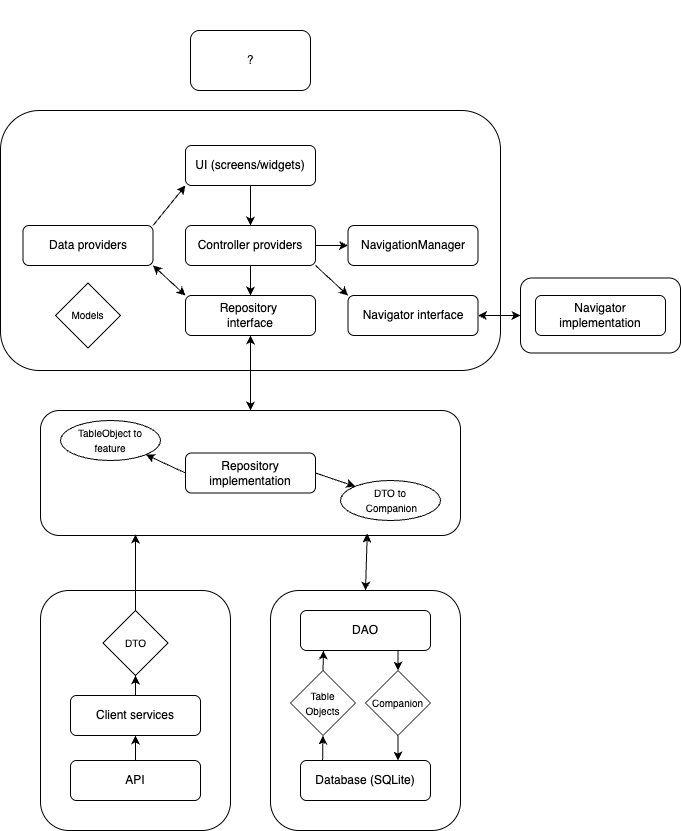
This is src/public/architecture.png from wisemen-digital/flutter-playbook, a draw.io export, as it was before one commit. Source tidied: cells renumbered, new cells last; positions are measured from the earlier drawing's top-left corner, leaving out a move shared by most shapes.
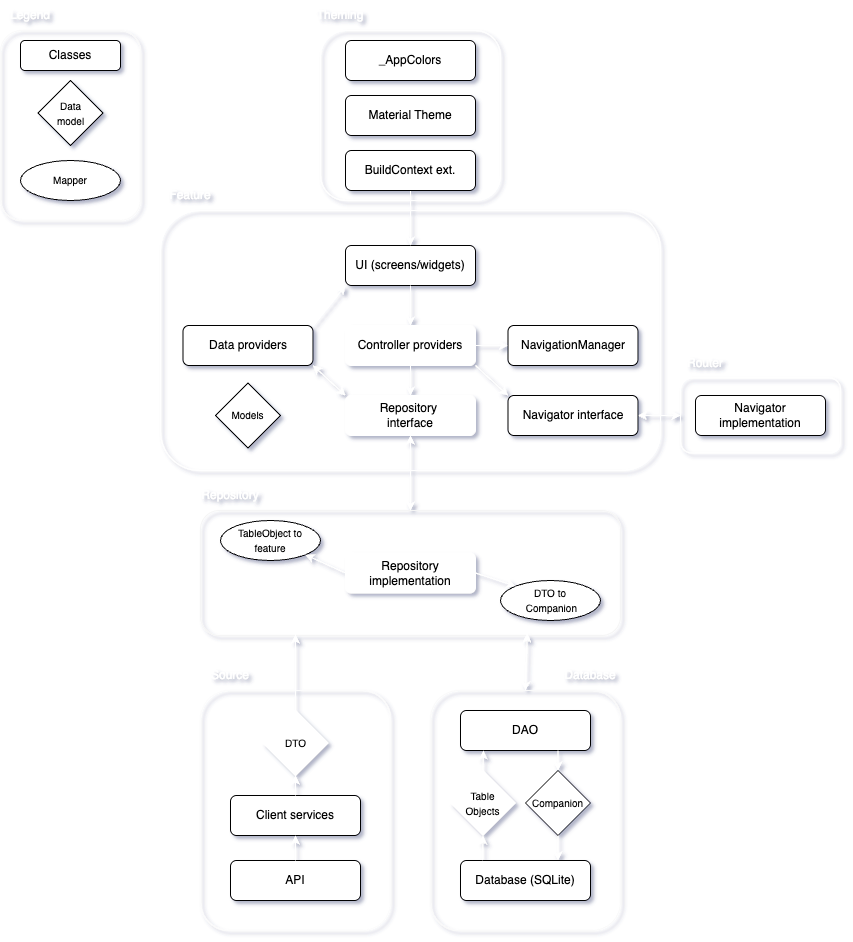
After the commit.

Change to the diagram source:
```diff
@@ -1,17 +1,20 @@
-<mxGraphModel>
+<mxGraphModel shadow="1">
   <root>
     <mxCell id="0" />
     <mxCell id="1" parent="0" />
+    <mxCell id="50" style="rounded=1;whiteSpace=wrap;html=1;fillColor=none;strokeColor=#FAFAFA;" parent="1" vertex="1">
+      <mxGeometry x="-160" y="-70" width="140" height="190" as="geometry" />
+    </mxCell>
-    <mxCell id="2" style="rounded=1;whiteSpace=wrap;html=1;" parent="1" vertex="1">
+    <mxCell id="2" style="rounded=1;whiteSpace=wrap;html=1;fillColor=none;strokeColor=#FFFFFF;" parent="1" vertex="1">
       <mxGeometry y="110" width="500" height="260" as="geometry" />
     </mxCell>
-    <mxCell id="3" style="rounded=1;whiteSpace=wrap;html=1;" parent="1" vertex="1">
+    <mxCell id="3" style="rounded=1;whiteSpace=wrap;html=1;fillColor=none;strokeColor=#FCFCFC;" parent="1" vertex="1">
       <mxGeometry x="40" y="590" width="190" height="240" as="geometry" />
     </mxCell>
     <mxCell id="4" value="API" style="rounded=1;whiteSpace=wrap;html=1;fontSize=12;glass=0;strokeWidth=1;shadow=0;" parent="1" vertex="1">
       <mxGeometry x="70" y="760" width="130" height="40" as="geometry" />
     </mxCell>
-    <mxCell id="5" value="&lt;font style=&quot;font-size: 10px;&quot;&gt;DTO&lt;/font&gt;" style="rhombus;whiteSpace=wrap;html=1;" parent="1" vertex="1">
+    <mxCell id="5" value="&lt;font style=&quot;font-size: 10px;&quot;&gt;DTO&lt;/font&gt;" style="rhombus;whiteSpace=wrap;html=1;strokeColor=#FFFFFF;" parent="1" vertex="1">
       <mxGeometry x="102.5" y="610" width="65" height="65" as="geometry" />
     </mxCell>
     <mxCell id="6" value="Source" style="text;html=1;align=center;verticalAlign=middle;whiteSpace=wrap;rounded=0;fontColor=#FFFFFF;" parent="1" vertex="1">
@@ -20,16 +23,16 @@
     <mxCell id="7" value="Client services" style="rounded=1;whiteSpace=wrap;html=1;fontSize=12;glass=0;strokeWidth=1;shadow=0;" parent="1" vertex="1">
       <mxGeometry x="70" y="695" width="130" height="40" as="geometry" />
     </mxCell>
-    <mxCell id="8" style="endArrow=classic;html=1;rounded=0;entryX=0.5;entryY=1;entryDx=0;entryDy=0;exitX=0.5;exitY=0;exitDx=0;exitDy=0;" parent="1" edge="1" source="4" target="7">
+    <mxCell id="8" style="endArrow=classic;html=1;rounded=0;entryX=0.5;entryY=1;entryDx=0;entryDy=0;exitX=0.5;exitY=0;exitDx=0;exitDy=0;strokeColor=#FFFFFF;" parent="1" edge="1" source="4" target="7">
       <mxGeometry relative="1" as="geometry" />
     </mxCell>
-    <mxCell id="9" style="rounded=1;whiteSpace=wrap;html=1;" parent="1" vertex="1">
+    <mxCell id="9" style="rounded=1;whiteSpace=wrap;html=1;fillColor=none;strokeColor=#FAFAFA;" parent="1" vertex="1">
       <mxGeometry x="270" y="590" width="190" height="240" as="geometry" />
     </mxCell>
     <mxCell id="10" value="Database (SQLite)" style="rounded=1;whiteSpace=wrap;html=1;fontSize=12;glass=0;strokeWidth=1;shadow=0;" parent="1" vertex="1">
       <mxGeometry x="300" y="760" width="130" height="40" as="geometry" />
     </mxCell>
-    <mxCell id="11" style="endArrow=classic;html=1;rounded=0;entryX=0.5;entryY=1;entryDx=0;entryDy=0;exitX=0.5;exitY=0;exitDx=0;exitDy=0;" parent="1" edge="1" source="7" target="5">
+    <mxCell id="11" style="endArrow=classic;html=1;rounded=0;entryX=0.5;entryY=1;entryDx=0;entryDy=0;exitX=0.5;exitY=0;exitDx=0;exitDy=0;strokeColor=#FFFFFF;" parent="1" edge="1" source="7" target="5">
       <mxGeometry relative="1" as="geometry" />
     </mxCell>
     <mxCell id="12" value="Database" style="text;html=1;align=center;verticalAlign=middle;whiteSpace=wrap;rounded=0;fontColor=#FFFFFF;" parent="1" vertex="1">
@@ -38,62 +41,62 @@
     <mxCell id="13" value="DAO" style="rounded=1;whiteSpace=wrap;html=1;fontSize=12;glass=0;strokeWidth=1;shadow=0;" parent="1" vertex="1">
       <mxGeometry x="300" y="610" width="130" height="40" as="geometry" />
     </mxCell>
-    <mxCell id="14" value="&lt;font style=&quot;font-size: 10px;&quot;&gt;Table&lt;br&gt;Objects&lt;/font&gt;" style="rhombus;whiteSpace=wrap;html=1;" parent="1" vertex="1">
+    <mxCell id="14" value="&lt;font style=&quot;font-size: 10px;&quot;&gt;Table&lt;br&gt;Objects&lt;/font&gt;" style="rhombus;whiteSpace=wrap;html=1;strokeColor=#FFFFFF;" parent="1" vertex="1">
       <mxGeometry x="290" y="670" width="65" height="65" as="geometry" />
     </mxCell>
     <mxCell id="15" value="&lt;span style=&quot;font-size: 10px;&quot;&gt;Companion&lt;/span&gt;" style="rhombus;whiteSpace=wrap;html=1;" parent="1" vertex="1">
       <mxGeometry x="365" y="670" width="65" height="65" as="geometry" />
     </mxCell>
-    <mxCell id="16" style="endArrow=classic;html=1;rounded=0;exitX=0.5;exitY=0;exitDx=0;exitDy=0;" parent="1" edge="1" source="14">
+    <mxCell id="16" style="endArrow=classic;html=1;rounded=0;exitX=0.5;exitY=0;exitDx=0;exitDy=0;strokeColor=#FFFFFF;" parent="1" edge="1" source="14">
       <mxGeometry relative="1" as="geometry">
         <mxPoint x="323" y="650" as="targetPoint" />
       </mxGeometry>
     </mxCell>
-    <mxCell id="17" style="endArrow=classic;html=1;rounded=0;exitX=0.17;exitY=-0.007;exitDx=0;exitDy=0;exitPerimeter=0;entryX=0.5;entryY=1;entryDx=0;entryDy=0;" parent="1" edge="1" source="10" target="14">
+    <mxCell id="17" style="endArrow=classic;html=1;rounded=0;exitX=0.17;exitY=-0.007;exitDx=0;exitDy=0;exitPerimeter=0;entryX=0.5;entryY=1;entryDx=0;entryDy=0;strokeColor=#FFFFFF;" parent="1" edge="1" source="10" target="14">
       <mxGeometry relative="1" as="geometry" />
     </mxCell>
-    <mxCell id="18" style="endArrow=classic;html=1;rounded=0;entryX=0.5;entryY=0;entryDx=0;entryDy=0;exitX=0.75;exitY=1;exitDx=0;exitDy=0;" parent="1" edge="1" source="13" target="15">
+    <mxCell id="18" style="endArrow=classic;html=1;rounded=0;entryX=0.5;entryY=0;entryDx=0;entryDy=0;exitX=0.75;exitY=1;exitDx=0;exitDy=0;strokeColor=#FFFFFF;" parent="1" edge="1" source="13" target="15">
       <mxGeometry relative="1" as="geometry" />
     </mxCell>
-    <mxCell id="19" style="endArrow=classic;html=1;rounded=0;exitX=0.5;exitY=1;exitDx=0;exitDy=0;entryX=0.75;entryY=0;entryDx=0;entryDy=0;" parent="1" edge="1" source="15" target="10">
+    <mxCell id="19" style="endArrow=classic;html=1;rounded=0;exitX=0.5;exitY=1;exitDx=0;exitDy=0;entryX=0.75;entryY=0;entryDx=0;entryDy=0;strokeColor=#FFFFFF;" parent="1" edge="1" source="15" target="10">
       <mxGeometry relative="1" as="geometry" />
     </mxCell>
-    <mxCell id="20" style="rounded=1;whiteSpace=wrap;html=1;" parent="1" vertex="1">
+    <mxCell id="20" style="rounded=1;whiteSpace=wrap;html=1;fillColor=none;strokeColor=#F5F5F5;" parent="1" vertex="1">
       <mxGeometry x="40" y="410" width="420" height="125" as="geometry" />
     </mxCell>
     <mxCell id="21" value="Repository" style="text;html=1;align=center;verticalAlign=middle;whiteSpace=wrap;rounded=0;fontColor=#FFFFFF;" parent="1" vertex="1">
       <mxGeometry x="40" y="380" width="60" height="30" as="geometry" />
     </mxCell>
-    <mxCell id="22" value="Repository implementation" style="rounded=1;whiteSpace=wrap;html=1;fontSize=12;glass=0;strokeWidth=1;shadow=0;" parent="1" vertex="1">
+    <mxCell id="22" value="Repository implementation" style="rounded=1;whiteSpace=wrap;html=1;fontSize=12;glass=0;strokeWidth=1;shadow=0;strokeColor=#FFFFFF;" parent="1" vertex="1">
       <mxGeometry x="185" y="452.5" width="130" height="40" as="geometry" />
     </mxCell>
     <mxCell id="23" value="&lt;font style=&quot;font-size: 10px;&quot;&gt;DTO to&lt;br&gt;&amp;nbsp;Companion&lt;/font&gt;" style="ellipse;whiteSpace=wrap;html=1;" parent="1" vertex="1">
       <mxGeometry x="340" y="480" width="100" height="40" as="geometry" />
     </mxCell>
-    <mxCell id="24" style="endArrow=classic;html=1;rounded=0;entryX=0;entryY=0;entryDx=0;entryDy=0;exitX=1;exitY=0.5;exitDx=0;exitDy=0;" parent="1" edge="1" source="22" target="23">
+    <mxCell id="24" style="endArrow=classic;html=1;rounded=0;entryX=0;entryY=0;entryDx=0;entryDy=0;exitX=1;exitY=0.5;exitDx=0;exitDy=0;strokeColor=#FFFFFF;" parent="1" edge="1" source="22" target="23">
       <mxGeometry relative="1" as="geometry" />
     </mxCell>
     <mxCell id="25" value="&lt;font style=&quot;font-size: 10px;&quot;&gt;TableObject to&lt;br&gt;feature&lt;/font&gt;" style="ellipse;whiteSpace=wrap;html=1;" parent="1" vertex="1">
       <mxGeometry x="60" y="420" width="100" height="40" as="geometry" />
     </mxCell>
-    <mxCell id="26" style="endArrow=classic;html=1;rounded=0;entryX=1;entryY=1;entryDx=0;entryDy=0;exitX=0;exitY=0.5;exitDx=0;exitDy=0;" parent="1" edge="1" source="22" target="25">
+    <mxCell id="26" style="endArrow=classic;html=1;rounded=0;entryX=1;entryY=1;entryDx=0;entryDy=0;exitX=0;exitY=0.5;exitDx=0;exitDy=0;strokeColor=#FFFFFF;" parent="1" edge="1" source="22" target="25">
       <mxGeometry relative="1" as="geometry" />
     </mxCell>
-    <mxCell id="27" style="endArrow=classic;html=1;rounded=0;exitX=0.5;exitY=0;exitDx=0;exitDy=0;" parent="1" edge="1" source="5">
+    <mxCell id="27" style="endArrow=classic;html=1;rounded=0;exitX=0.5;exitY=0;exitDx=0;exitDy=0;strokeColor=#FFFFFF;" parent="1" edge="1" source="5">
       <mxGeometry relative="1" as="geometry">
         <mxPoint x="135" y="534" as="targetPoint" />
       </mxGeometry>
     </mxCell>
-    <mxCell id="28" style="endArrow=classic;startArrow=classic;html=1;rounded=0;exitX=0.5;exitY=0;exitDx=0;exitDy=0;entryX=0.778;entryY=0.984;entryDx=0;entryDy=0;entryPerimeter=0;" parent="1" edge="1" source="9" target="20">
+    <mxCell id="28" style="endArrow=classic;startArrow=classic;html=1;rounded=0;exitX=0.5;exitY=0;exitDx=0;exitDy=0;entryX=0.778;entryY=0.984;entryDx=0;entryDy=0;entryPerimeter=0;strokeColor=#FFFFFF;" parent="1" edge="1" source="9" target="20">
       <mxGeometry relative="1" as="geometry" />
     </mxCell>
-    <mxCell id="29" value="Repository&amp;nbsp;&lt;div&gt;interface&lt;/div&gt;" style="rounded=1;whiteSpace=wrap;html=1;fontSize=12;glass=0;strokeWidth=1;shadow=0;" parent="1" vertex="1">
+    <mxCell id="29" value="Repository&amp;nbsp;&lt;div&gt;interface&lt;/div&gt;" style="rounded=1;whiteSpace=wrap;html=1;fontSize=12;glass=0;strokeWidth=1;shadow=0;strokeColor=#FFFFFF;" parent="1" vertex="1">
       <mxGeometry x="185" y="295" width="130" height="40" as="geometry" />
     </mxCell>
     <mxCell id="30" value="Navigator interface" style="rounded=1;whiteSpace=wrap;html=1;fontSize=12;glass=0;strokeWidth=1;shadow=0;" parent="1" vertex="1">
       <mxGeometry x="347.5" y="295" width="130" height="40" as="geometry" />
     </mxCell>
-    <mxCell id="31" value="Controller providers" style="rounded=1;whiteSpace=wrap;html=1;fontSize=12;glass=0;strokeWidth=1;shadow=0;" parent="1" vertex="1">
+    <mxCell id="31" value="Controller providers" style="rounded=1;whiteSpace=wrap;html=1;fontSize=12;glass=0;strokeWidth=1;shadow=0;strokeColor=#FFFFFF;" parent="1" vertex="1">
       <mxGeometry x="185" y="225" width="130" height="40" as="geometry" />
     </mxCell>
     <mxCell id="32" value="Data providers" style="rounded=1;whiteSpace=wrap;html=1;fontSize=12;glass=0;strokeWidth=1;shadow=0;" parent="1" vertex="1">
@@ -108,31 +111,31 @@
     <mxCell id="35" value="NavigationManager" style="rounded=1;whiteSpace=wrap;html=1;fontSize=12;glass=0;strokeWidth=1;shadow=0;" parent="1" vertex="1">
       <mxGeometry x="347.5" y="225" width="130" height="40" as="geometry" />
     </mxCell>
-    <mxCell id="36" style="endArrow=classic;html=1;rounded=0;entryX=0;entryY=1;entryDx=0;entryDy=0;exitX=1;exitY=0;exitDx=0;exitDy=0;" parent="1" edge="1" source="32" target="34">
+    <mxCell id="36" style="endArrow=classic;html=1;rounded=0;entryX=0;entryY=1;entryDx=0;entryDy=0;exitX=1;exitY=0;exitDx=0;exitDy=0;strokeColor=#FFFFFF;" parent="1" edge="1" source="32" target="34">
       <mxGeometry relative="1" as="geometry" />
     </mxCell>
-    <mxCell id="37" style="endArrow=classic;html=1;rounded=0;entryX=0.5;entryY=0;entryDx=0;entryDy=0;exitX=0.5;exitY=1;exitDx=0;exitDy=0;" parent="1" edge="1" source="34" target="31">
+    <mxCell id="37" style="endArrow=classic;html=1;rounded=0;entryX=0.5;entryY=0;entryDx=0;entryDy=0;exitX=0.5;exitY=1;exitDx=0;exitDy=0;strokeColor=#FFFFFF;" parent="1" edge="1" source="34" target="31">
       <mxGeometry relative="1" as="geometry" />
     </mxCell>
-    <mxCell id="38" style="endArrow=classic;html=1;rounded=0;entryX=0.5;entryY=0;entryDx=0;entryDy=0;exitX=0.5;exitY=1;exitDx=0;exitDy=0;" parent="1" edge="1" source="31" target="29">
+    <mxCell id="38" style="endArrow=classic;html=1;rounded=0;entryX=0.5;entryY=0;entryDx=0;entryDy=0;exitX=0.5;exitY=1;exitDx=0;exitDy=0;strokeColor=#FFFFFF;" parent="1" edge="1" source="31" target="29">
       <mxGeometry relative="1" as="geometry" />
     </mxCell>
-    <mxCell id="39" style="endArrow=classic;startArrow=classic;html=1;rounded=0;entryX=1;entryY=1;entryDx=0;entryDy=0;exitX=0;exitY=0;exitDx=0;exitDy=0;" parent="1" edge="1" source="29" target="32">
+    <mxCell id="39" style="endArrow=classic;startArrow=classic;html=1;rounded=0;entryX=1;entryY=1;entryDx=0;entryDy=0;exitX=0;exitY=0;exitDx=0;exitDy=0;strokeColor=#FFFFFF;" parent="1" edge="1" source="29" target="32">
       <mxGeometry relative="1" as="geometry" />
     </mxCell>
-    <mxCell id="40" style="endArrow=classic;html=1;rounded=0;entryX=0;entryY=0;entryDx=0;entryDy=0;exitX=1;exitY=1;exitDx=0;exitDy=0;" parent="1" edge="1" source="31" target="30">
+    <mxCell id="40" style="endArrow=classic;html=1;rounded=0;entryX=0;entryY=0;entryDx=0;entryDy=0;exitX=1;exitY=1;exitDx=0;exitDy=0;strokeColor=#FFFFFF;" parent="1" edge="1" source="31" target="30">
       <mxGeometry relative="1" as="geometry" />
     </mxCell>
-    <mxCell id="41" style="endArrow=classic;html=1;rounded=0;entryX=0;entryY=0.5;entryDx=0;entryDy=0;exitX=1;exitY=0.5;exitDx=0;exitDy=0;" parent="1" edge="1" source="31" target="35">
+    <mxCell id="41" style="endArrow=classic;html=1;rounded=0;entryX=0;entryY=0.5;entryDx=0;entryDy=0;exitX=1;exitY=0.5;exitDx=0;exitDy=0;strokeColor=#FFFFFF;" parent="1" edge="1" source="31" target="35">
       <mxGeometry relative="1" as="geometry" />
     </mxCell>
-    <mxCell id="42" style="endArrow=classic;startArrow=classic;html=1;rounded=0;entryX=0.5;entryY=1;entryDx=0;entryDy=0;exitX=0.5;exitY=0;exitDx=0;exitDy=0;" parent="1" edge="1" source="20" target="29">
+    <mxCell id="42" style="endArrow=classic;startArrow=classic;html=1;rounded=0;entryX=0.5;entryY=1;entryDx=0;entryDy=0;exitX=0.5;exitY=0;exitDx=0;exitDy=0;strokeColor=#FFFFFF;" parent="1" edge="1" source="20" target="29">
       <mxGeometry relative="1" as="geometry" />
     </mxCell>
     <mxCell id="43" value="&lt;span style=&quot;font-size: 10px;&quot;&gt;Models&lt;/span&gt;" style="rhombus;whiteSpace=wrap;html=1;" parent="1" vertex="1">
       <mxGeometry x="55" y="282.5" width="65" height="65" as="geometry" />
     </mxCell>
-    <mxCell id="44" style="rounded=1;whiteSpace=wrap;html=1;" parent="1" vertex="1">
+    <mxCell id="44" style="rounded=1;whiteSpace=wrap;html=1;fillColor=none;strokeColor=#FFFFFF;" parent="1" vertex="1">
       <mxGeometry x="520" y="277.5" width="160" height="75" as="geometry" />
     </mxCell>
     <mxCell id="45" value="Router" style="text;html=1;align=center;verticalAlign=middle;whiteSpace=wrap;rounded=0;fontColor=#FFFFFF;" parent="1" vertex="1">
@@ -141,14 +144,38 @@
     <mxCell id="46" value="Navigator implementation" style="rounded=1;whiteSpace=wrap;html=1;fontSize=12;glass=0;strokeWidth=1;shadow=0;" parent="1" vertex="1">
       <mxGeometry x="535" y="295" width="130" height="40" as="geometry" />
     </mxCell>
-    <mxCell id="47" style="endArrow=classic;startArrow=classic;html=1;rounded=0;entryX=0;entryY=0.5;entryDx=0;entryDy=0;exitX=1;exitY=0.5;exitDx=0;exitDy=0;" parent="1" edge="1" source="30" target="44">
+    <mxCell id="47" style="endArrow=classic;startArrow=classic;html=1;rounded=0;entryX=0;entryY=0.5;entryDx=0;entryDy=0;exitX=1;exitY=0.5;exitDx=0;exitDy=0;strokeColor=#FFFFFF;" parent="1" edge="1" source="30" target="44">
       <mxGeometry relative="1" as="geometry" />
     </mxCell>
-    <mxCell id="48" value="?" style="rounded=1;whiteSpace=wrap;html=1;" parent="1" vertex="1">
-      <mxGeometry x="190" y="30" width="120" height="60" as="geometry" />
+    <mxCell id="48" style="rounded=1;whiteSpace=wrap;html=1;fillColor=none;strokeColor=#FFFFFF;" parent="1" vertex="1">
+      <mxGeometry x="160" y="-70" width="180" height="170" as="geometry" />
     </mxCell>
     <mxCell id="49" value="Theming" style="text;html=1;align=center;verticalAlign=middle;whiteSpace=wrap;rounded=0;fontColor=#FFFFFF;" parent="1" vertex="1">
-      <mxGeometry x="190" width="60" height="30" as="geometry" />
+      <mxGeometry x="150" y="-100" width="60" height="30" as="geometry" />
     </mxCell>
+    <mxCell id="51" value="_AppColors" style="rounded=1;whiteSpace=wrap;html=1;fontSize=12;glass=0;strokeWidth=1;shadow=0;" parent="1" vertex="1">
+      <mxGeometry x="185" y="-60" width="130" height="40" as="geometry" />
+    </mxCell>
+    <mxCell id="52" style="edgeStyle=orthogonalEdgeStyle;rounded=0;jettySize=auto;html=1;strokeColor=#FFFFFF;" parent="1" edge="1" source="53" target="34">
+      <mxGeometry relative="1" as="geometry" />
+    </mxCell>
+    <mxCell id="53" value="BuildContext ext." style="rounded=1;whiteSpace=wrap;html=1;fontSize=12;glass=0;strokeWidth=1;shadow=0;" parent="1" vertex="1">
+      <mxGeometry x="185" y="50" width="130" height="40" as="geometry" />
+    </mxCell>
+    <mxCell id="54" value="Material Theme" style="rounded=1;whiteSpace=wrap;html=1;fontSize=12;glass=0;strokeWidth=1;shadow=0;" parent="1" vertex="1">
+      <mxGeometry x="185" y="-5" width="130" height="40" as="geometry" />
+    </mxCell>
+    <mxCell id="55" value="Classes" style="rounded=1;whiteSpace=wrap;html=1;" parent="1" vertex="1">
+      <mxGeometry x="-140" y="-60" width="100" height="30" as="geometry" />
+    </mxCell>
+    <mxCell id="56" value="&lt;span style=&quot;font-size: 10px;&quot;&gt;Data&lt;br&gt;model&lt;/span&gt;" style="rhombus;whiteSpace=wrap;html=1;" parent="1" vertex="1">
+      <mxGeometry x="-122.5" y="-20" width="65" height="65" as="geometry" />
+    </mxCell>
+    <mxCell id="57" value="&lt;span style=&quot;font-size: 10px;&quot;&gt;Mapper&lt;/span&gt;" style="ellipse;whiteSpace=wrap;html=1;" parent="1" vertex="1">
+      <mxGeometry x="-140" y="60" width="100" height="40" as="geometry" />
+    </mxCell>
+    <mxCell id="58" value="Legend" style="text;html=1;align=center;verticalAlign=middle;whiteSpace=wrap;rounded=0;fontColor=#FFFFFF;" parent="1" vertex="1">
+      <mxGeometry x="-160" y="-100" width="60" height="30" as="geometry" />
+    </mxCell>
   </root>
 </mxGraphModel>
```
